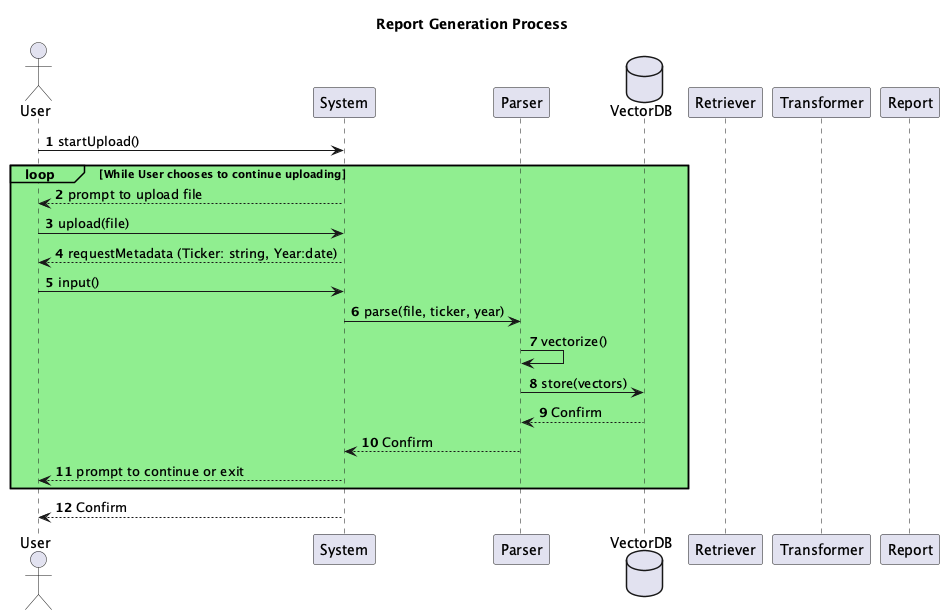
Earlier version of the PlantUML export img/uml-sequence-generate-report.png (anthony-boileau/Team-28-Polyfinance-datathon-2024). The source it was exported from:
```plantuml
@startuml
actor User
participant System
participant Parser
database "VectorDB" as DB
participant Retriever
participant Transformer
participant Report

autonumber

title Report Generation Process

User -> System : startUpload()

    loop#lightgreen #lightgreen While User chooses to continue uploading
        System --> User : prompt to upload file
        User -> System : upload(file)

        System --> User : requestMetadata (Ticker: string, Year:date)
        User -> System : input()
        System -> Parser: parse(file, ticker, year)
        Parser -> Parser: vectorize()
        Parser -> DB: store(vectors)
        DB --> Parser: Confirm
        Parser --> System: Confirm
        System --> User: prompt to continue or exit
end

System --> User: Confirm

@enduml
```
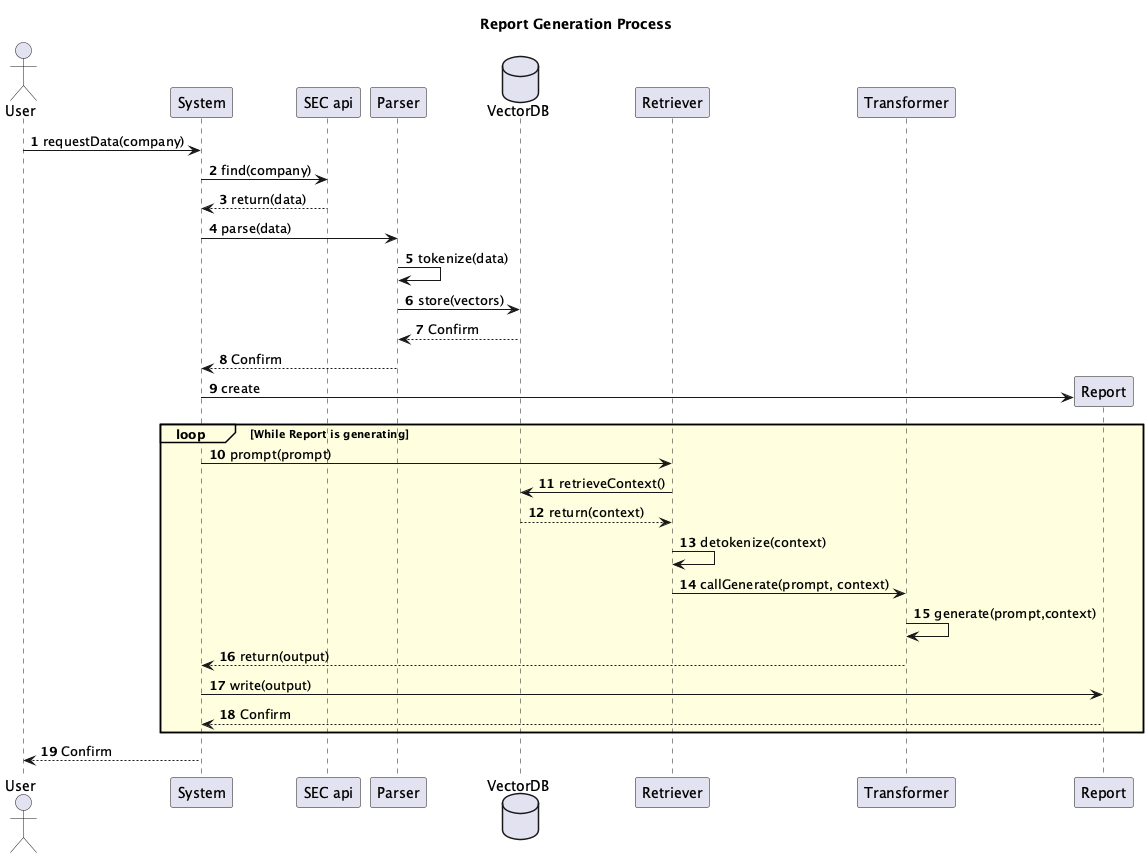
After the commit.

Diff of the diagram source:
```diff
@@ -1,6 +1,7 @@
 @startuml
 actor User
 participant System
+participant "SEC api" as SECAPI
 participant Parser
 database "VectorDB" as DB
 participant Retriever
@@ -11,20 +12,27 @@
 
 title Report Generation Process
 
-User -> System : startUpload()
+User -> System : requestData(company)
+System -> SECAPI: find(company)
+SECAPI --> System: return(data)
+System -> Parser: parse(data)
+Parser -> Parser: tokenize(data)
+Parser -> DB: store(vectors)
+DB --> Parser: Confirm
+Parser --> System: Confirm
 
-    loop#lightgreen #lightgreen While User chooses to continue uploading
-        System --> User : prompt to upload file
-        User -> System : upload(file)
+System -> Report **:create
 
-        System --> User : requestMetadata (Ticker: string, Year:date)
-        User -> System : input()
-        System -> Parser: parse(file, ticker, year)
-        Parser -> Parser: vectorize()
-        Parser -> DB: store(vectors)
-        DB --> Parser: Confirm
-        Parser --> System: Confirm
-        System --> User: prompt to continue or exit
+loop#lightyellow #lightyellow While Report is generating
+    System -> Retriever: prompt(prompt)
+    Retriever -> DB: retrieveContext()
+    DB --> Retriever: return(context)
+    Retriever -> Retriever: detokenize(context)
+    Retriever -> Transformer: callGenerate(prompt, context)
+    Transformer -> Transformer: generate(prompt,context)
+    Transformer --> System: return(output)
+    System -> Report: write(output)
+    Report --> System: Confirm
 end
 
 System --> User: Confirm
```
